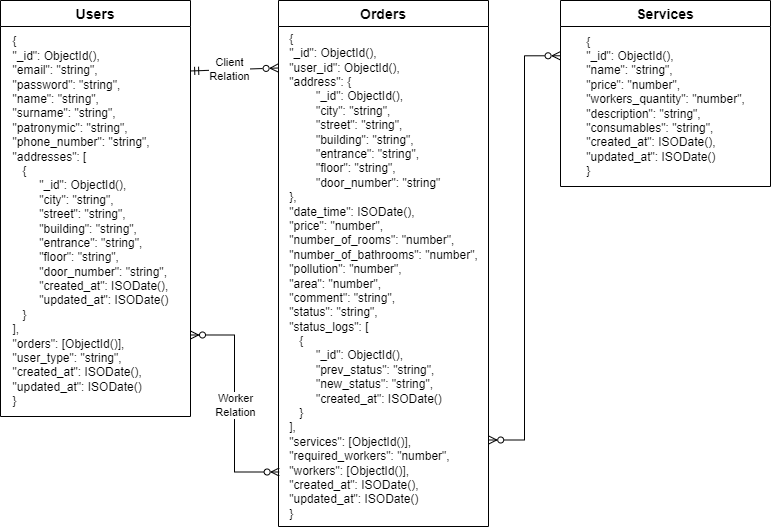
Above: assets/nosql.png in moevm/nosql2h24-cleaning (draw.io), before the change. Source tidied: cells renumbered, new cells last; positions are measured from the earlier drawing's top-left corner, leaving out a move shared by most shapes.
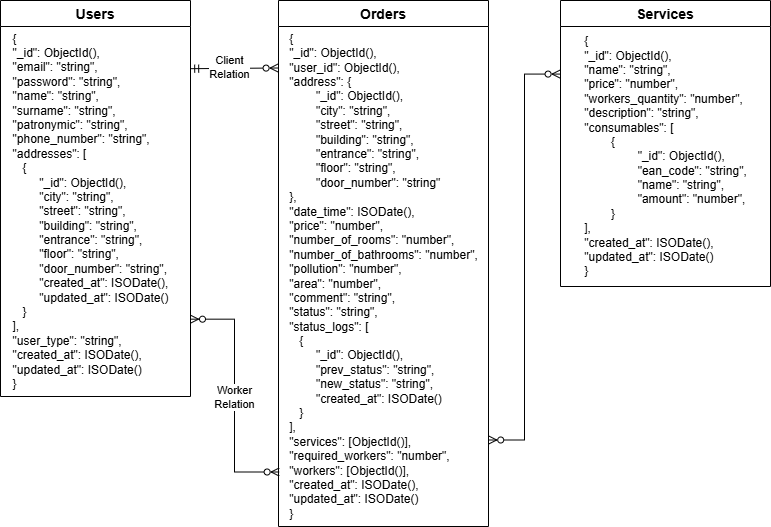
The same diagram one commit later.

Commit message:
feat: nosql scheme, service consumables

What changed in the source:
```diff
@@ -3,10 +3,10 @@
     <mxCell id="0" />
     <mxCell id="1" parent="0" />
     <mxCell id="2" value="Users" style="swimlane;fontStyle=1;horizontal=1;startSize=26;align=center;fontSize=14;" parent="1" vertex="1">
-      <mxGeometry width="190" height="416" as="geometry" />
+      <mxGeometry width="190" height="396" as="geometry" />
     </mxCell>
-    <mxCell id="3" value="&lt;div style=&quot;text-align: justify;&quot;&gt;&lt;span style=&quot;background-color: initial;&quot;&gt;{&lt;/span&gt;&lt;/div&gt;&lt;div style=&quot;text-align: justify;&quot;&gt;&lt;span style=&quot;background-color: initial;&quot;&gt;&quot;_id&quot;: ObjectId(),&lt;/span&gt;&lt;/div&gt;&lt;div style=&quot;text-align: justify;&quot;&gt;&lt;span style=&quot;background-color: initial;&quot;&gt;&quot;email&quot;: &quot;string&quot;,&lt;/span&gt;&lt;/div&gt;&lt;div style=&quot;text-align: justify;&quot;&gt;&lt;span style=&quot;background-color: initial;&quot;&gt;&quot;password&quot;: &quot;string&quot;,&lt;/span&gt;&lt;/div&gt;&lt;div style=&quot;text-align: justify;&quot;&gt;&lt;span style=&quot;background-color: initial;&quot;&gt;&quot;name&quot;: &quot;string&quot;,&lt;/span&gt;&lt;/div&gt;&lt;div style=&quot;text-align: justify;&quot;&gt;&lt;span style=&quot;background-color: initial;&quot;&gt;&quot;surname&quot;: &quot;string&quot;,&lt;/span&gt;&lt;/div&gt;&lt;div style=&quot;text-align: justify;&quot;&gt;&lt;span style=&quot;background-color: initial;&quot;&gt;&quot;&lt;/span&gt;&lt;span style=&quot;text-align: left; text-wrap: wrap; background-color: initial;&quot;&gt;patronymic&lt;/span&gt;&lt;span style=&quot;background-color: initial;&quot;&gt;&quot;: &quot;string&quot;,&lt;/span&gt;&lt;/div&gt;&lt;div style=&quot;text-align: justify;&quot;&gt;&lt;span style=&quot;background-color: initial;&quot;&gt;&quot;phone_number&quot;: &quot;string&quot;,&lt;/span&gt;&lt;/div&gt;&lt;div style=&quot;text-align: justify;&quot;&gt;&quot;addresses&quot;: [&lt;/div&gt;&lt;div style=&quot;text-align: justify;&quot;&gt;&amp;nbsp; &amp;nbsp;{&lt;/div&gt;&lt;div style=&quot;text-align: justify;&quot;&gt;&lt;span style=&quot;white-space: pre;&quot;&gt;&#9;&lt;/span&gt;&quot;_id&quot;: ObjectId(),&lt;br&gt;&lt;/div&gt;&lt;div style=&quot;text-align: justify;&quot;&gt;&lt;span style=&quot;white-space: pre;&quot;&gt;&#9;&lt;/span&gt;&quot;city&quot;: &quot;string&quot;,&lt;br&gt;&lt;/div&gt;&lt;div style=&quot;text-align: justify;&quot;&gt;&lt;span style=&quot;white-space: pre;&quot;&gt;&#9;&lt;/span&gt;&quot;street&quot;: &quot;string&quot;,&lt;br&gt;&lt;/div&gt;&lt;div style=&quot;text-align: justify;&quot;&gt;&lt;span style=&quot;white-space: pre;&quot;&gt;&#9;&lt;/span&gt;&quot;building&quot;: &quot;string&quot;,&lt;br&gt;&lt;/div&gt;&lt;div style=&quot;text-align: justify;&quot;&gt;&lt;span style=&quot;white-space: pre;&quot;&gt;&#9;&lt;/span&gt;&quot;entrance&quot;: &quot;string&quot;,&lt;br&gt;&lt;/div&gt;&lt;div style=&quot;text-align: justify;&quot;&gt;&lt;span style=&quot;white-space: pre;&quot;&gt;&#9;&lt;/span&gt;&quot;floor&quot;: &quot;string&quot;,&lt;br&gt;&lt;/div&gt;&lt;div style=&quot;text-align: justify;&quot;&gt;&lt;span style=&quot;white-space: pre;&quot;&gt;&#9;&lt;/span&gt;&quot;door_number&quot;: &quot;string&quot;,&lt;br&gt;&lt;/div&gt;&lt;div style=&quot;text-align: justify;&quot;&gt;&lt;span style=&quot;white-space: pre;&quot;&gt;&#9;&lt;/span&gt;&lt;span style=&quot;background-color: initial;&quot;&gt;&quot;created_at&quot;: ISODate(),&lt;/span&gt;&lt;/div&gt;&lt;div style=&quot;text-align: justify;&quot;&gt;&lt;span style=&quot;background-color: initial;&quot;&gt;&lt;span style=&quot;white-space: pre;&quot;&gt;&#9;&lt;/span&gt;&quot;updated_at&quot;: ISODate()&lt;/span&gt;&lt;span style=&quot;background-color: initial;&quot;&gt;&amp;nbsp; &amp;nbsp;&lt;/span&gt;&lt;/div&gt;&lt;div style=&quot;text-align: justify;&quot;&gt;&amp;nbsp; &amp;nbsp;}&lt;br&gt;&lt;/div&gt;&lt;div style=&quot;text-align: justify;&quot;&gt;],&lt;/div&gt;&lt;div style=&quot;text-align: justify;&quot;&gt;&quot;orders&quot;: [ObjectId()],&lt;/div&gt;&lt;div style=&quot;text-align: justify;&quot;&gt;&quot;user_type&quot;: &quot;string&quot;,&lt;/div&gt;&lt;div style=&quot;text-align: justify;&quot;&gt;&quot;created_at&quot;: ISODate(),&lt;/div&gt;&lt;div style=&quot;text-align: justify;&quot;&gt;&quot;updated_at&quot;: ISODate()&lt;/div&gt;&lt;div style=&quot;text-align: justify;&quot;&gt;}&lt;/div&gt;" style="text;html=1;align=center;verticalAlign=middle;points=[];strokeColor=none;fillColor=none;" parent="2" vertex="1">
-      <mxGeometry y="26" width="190" height="390" as="geometry" />
+    <mxCell id="3" value="&lt;div style=&quot;text-align: justify;&quot;&gt;&lt;span style=&quot;background-color: initial;&quot;&gt;{&lt;/span&gt;&lt;/div&gt;&lt;div style=&quot;text-align: justify;&quot;&gt;&lt;span style=&quot;background-color: initial;&quot;&gt;&quot;_id&quot;: ObjectId(),&lt;/span&gt;&lt;/div&gt;&lt;div style=&quot;text-align: justify;&quot;&gt;&lt;span style=&quot;background-color: initial;&quot;&gt;&quot;email&quot;: &quot;string&quot;,&lt;/span&gt;&lt;/div&gt;&lt;div style=&quot;text-align: justify;&quot;&gt;&lt;span style=&quot;background-color: initial;&quot;&gt;&quot;password&quot;: &quot;string&quot;,&lt;/span&gt;&lt;/div&gt;&lt;div style=&quot;text-align: justify;&quot;&gt;&lt;span style=&quot;background-color: initial;&quot;&gt;&quot;name&quot;: &quot;string&quot;,&lt;/span&gt;&lt;/div&gt;&lt;div style=&quot;text-align: justify;&quot;&gt;&lt;span style=&quot;background-color: initial;&quot;&gt;&quot;surname&quot;: &quot;string&quot;,&lt;/span&gt;&lt;/div&gt;&lt;div style=&quot;text-align: justify;&quot;&gt;&lt;span style=&quot;background-color: initial;&quot;&gt;&quot;&lt;/span&gt;&lt;span style=&quot;text-align: left; text-wrap: wrap; background-color: initial;&quot;&gt;patronymic&lt;/span&gt;&lt;span style=&quot;background-color: initial;&quot;&gt;&quot;: &quot;string&quot;,&lt;/span&gt;&lt;/div&gt;&lt;div style=&quot;text-align: justify;&quot;&gt;&lt;span style=&quot;background-color: initial;&quot;&gt;&quot;phone_number&quot;: &quot;string&quot;,&lt;/span&gt;&lt;/div&gt;&lt;div style=&quot;text-align: justify;&quot;&gt;&quot;addresses&quot;: [&lt;/div&gt;&lt;div style=&quot;text-align: justify;&quot;&gt;&amp;nbsp; &amp;nbsp;{&lt;/div&gt;&lt;div style=&quot;text-align: justify;&quot;&gt;&lt;span style=&quot;white-space: pre;&quot;&gt;&#9;&lt;/span&gt;&quot;_id&quot;: ObjectId(),&lt;br&gt;&lt;/div&gt;&lt;div style=&quot;text-align: justify;&quot;&gt;&lt;span style=&quot;white-space: pre;&quot;&gt;&#9;&lt;/span&gt;&quot;city&quot;: &quot;string&quot;,&lt;br&gt;&lt;/div&gt;&lt;div style=&quot;text-align: justify;&quot;&gt;&lt;span style=&quot;white-space: pre;&quot;&gt;&#9;&lt;/span&gt;&quot;street&quot;: &quot;string&quot;,&lt;br&gt;&lt;/div&gt;&lt;div style=&quot;text-align: justify;&quot;&gt;&lt;span style=&quot;white-space: pre;&quot;&gt;&#9;&lt;/span&gt;&quot;building&quot;: &quot;string&quot;,&lt;br&gt;&lt;/div&gt;&lt;div style=&quot;text-align: justify;&quot;&gt;&lt;span style=&quot;white-space: pre;&quot;&gt;&#9;&lt;/span&gt;&quot;entrance&quot;: &quot;string&quot;,&lt;br&gt;&lt;/div&gt;&lt;div style=&quot;text-align: justify;&quot;&gt;&lt;span style=&quot;white-space: pre;&quot;&gt;&#9;&lt;/span&gt;&quot;floor&quot;: &quot;string&quot;,&lt;br&gt;&lt;/div&gt;&lt;div style=&quot;text-align: justify;&quot;&gt;&lt;span style=&quot;white-space: pre;&quot;&gt;&#9;&lt;/span&gt;&quot;door_number&quot;: &quot;string&quot;,&lt;br&gt;&lt;/div&gt;&lt;div style=&quot;text-align: justify;&quot;&gt;&lt;span style=&quot;white-space: pre;&quot;&gt;&#9;&lt;/span&gt;&lt;span style=&quot;background-color: initial;&quot;&gt;&quot;created_at&quot;: ISODate(),&lt;/span&gt;&lt;/div&gt;&lt;div style=&quot;text-align: justify;&quot;&gt;&lt;span style=&quot;background-color: initial;&quot;&gt;&lt;span style=&quot;white-space: pre;&quot;&gt;&#9;&lt;/span&gt;&quot;updated_at&quot;: ISODate()&lt;/span&gt;&lt;span style=&quot;background-color: initial;&quot;&gt;&amp;nbsp; &amp;nbsp;&lt;/span&gt;&lt;/div&gt;&lt;div style=&quot;text-align: justify;&quot;&gt;&amp;nbsp; &amp;nbsp;}&lt;br&gt;&lt;/div&gt;&lt;div style=&quot;text-align: justify;&quot;&gt;],&lt;/div&gt;&lt;div style=&quot;text-align: justify;&quot;&gt;&quot;user_type&quot;: &quot;string&quot;,&lt;/div&gt;&lt;div style=&quot;text-align: justify;&quot;&gt;&quot;created_at&quot;: ISODate(),&lt;/div&gt;&lt;div style=&quot;text-align: justify;&quot;&gt;&quot;updated_at&quot;: ISODate()&lt;/div&gt;&lt;div style=&quot;text-align: justify;&quot;&gt;}&lt;/div&gt;" style="text;html=1;align=center;verticalAlign=middle;points=[];strokeColor=none;fillColor=none;" parent="2" vertex="1">
+      <mxGeometry y="26" width="190" height="370" as="geometry" />
     </mxCell>
     <mxCell id="4" value="Orders" style="swimlane;fontStyle=1;horizontal=1;startSize=26;align=center;fontSize=14;" parent="1" vertex="1">
       <mxGeometry x="278" width="210" height="526" as="geometry" />
@@ -21,10 +21,10 @@
       <mxGeometry x="-0.12" y="1" relative="1" as="geometry" />
     </mxCell>
     <mxCell id="8" value="Services" style="swimlane;fontStyle=1;horizontal=1;startSize=26;align=center;fontSize=14;" parent="1" vertex="1">
-      <mxGeometry x="560" width="210" height="186" as="geometry" />
+      <mxGeometry x="560" width="210" height="286" as="geometry" />
     </mxCell>
-    <mxCell id="9" value="&lt;div style=&quot;text-align: justify;&quot;&gt;&lt;span style=&quot;background-color: initial;&quot;&gt;{&lt;/span&gt;&lt;/div&gt;&lt;div style=&quot;text-align: justify;&quot;&gt;&lt;span style=&quot;background-color: initial;&quot;&gt;&quot;_id&quot;: ObjectId(),&lt;/span&gt;&lt;/div&gt;&lt;div style=&quot;text-align: justify;&quot;&gt;&quot;name&quot;: &quot;string&quot;,&lt;/div&gt;&lt;div style=&quot;text-align: justify;&quot;&gt;&quot;price&quot;: &quot;number&quot;,&lt;/div&gt;&lt;div style=&quot;text-align: justify;&quot;&gt;&quot;workers_quantity&quot;: &quot;number&quot;,&lt;/div&gt;&lt;div style=&quot;text-align: justify;&quot;&gt;&quot;description&quot;: &quot;string&quot;,&lt;/div&gt;&lt;div style=&quot;text-align: justify;&quot;&gt;&quot;&lt;span style=&quot;white-space: pre-wrap;&quot; class=&quot;EzKURWReUAB5oZgtQNkl&quot;&gt;consumables&lt;/span&gt;&quot;: &quot;string&quot;,&lt;/div&gt;&lt;div style=&quot;text-align: justify;&quot;&gt;&lt;span style=&quot;background-color: initial;&quot;&gt;&quot;created_at&quot;: ISODate(),&lt;/span&gt;&lt;/div&gt;&lt;div style=&quot;text-align: justify;&quot;&gt;&lt;span style=&quot;background-color: initial;&quot;&gt;&quot;updated_at&quot;: ISODate()&lt;/span&gt;&lt;/div&gt;&lt;div style=&quot;text-align: justify;&quot;&gt;&lt;span style=&quot;background-color: initial;&quot;&gt;}&lt;/span&gt;&lt;/div&gt;" style="text;html=1;align=center;verticalAlign=middle;points=[];strokeColor=none;fillColor=none;" parent="8" vertex="1">
-      <mxGeometry y="26" width="210" height="160" as="geometry" />
+    <mxCell id="9" value="&lt;div style=&quot;text-align: justify;&quot;&gt;&lt;span style=&quot;background-color: initial;&quot;&gt;{&lt;/span&gt;&lt;/div&gt;&lt;div style=&quot;text-align: justify;&quot;&gt;&lt;span style=&quot;background-color: initial;&quot;&gt;&quot;_id&quot;: ObjectId(),&lt;/span&gt;&lt;/div&gt;&lt;div style=&quot;text-align: justify;&quot;&gt;&quot;name&quot;: &quot;string&quot;,&lt;/div&gt;&lt;div style=&quot;text-align: justify;&quot;&gt;&quot;price&quot;: &quot;number&quot;,&lt;/div&gt;&lt;div style=&quot;text-align: justify;&quot;&gt;&quot;workers_quantity&quot;: &quot;number&quot;,&lt;/div&gt;&lt;div style=&quot;text-align: justify;&quot;&gt;&quot;description&quot;: &quot;string&quot;,&lt;/div&gt;&lt;div style=&quot;text-align: justify;&quot;&gt;&quot;&lt;span style=&quot;white-space: pre-wrap;&quot; class=&quot;EzKURWReUAB5oZgtQNkl&quot;&gt;consumables&lt;/span&gt;&quot;: [&lt;/div&gt;&lt;div style=&quot;text-align: justify;&quot;&gt;&lt;span style=&quot;white-space: pre;&quot;&gt;&#9;&lt;/span&gt;{&lt;/div&gt;&lt;div style=&quot;text-align: justify;&quot;&gt;&lt;span style=&quot;white-space: pre;&quot;&gt;&#9;&lt;/span&gt;&lt;span style=&quot;white-space: pre;&quot;&gt;&#9;&lt;/span&gt;&quot;_id&quot;: ObjectId(),&lt;br&gt;&lt;/div&gt;&lt;div style=&quot;text-align: justify;&quot;&gt;&lt;span style=&quot;white-space: pre;&quot;&gt;&#9;&lt;/span&gt;&lt;span style=&quot;white-space: pre;&quot;&gt;&#9;&lt;/span&gt;&quot;ean_code&quot;: &quot;string&quot;,&lt;br&gt;&lt;/div&gt;&lt;div style=&quot;text-align: justify;&quot;&gt;&lt;span style=&quot;white-space: pre;&quot;&gt;&#9;&lt;/span&gt;&lt;span style=&quot;white-space: pre;&quot;&gt;&#9;&lt;/span&gt;&quot;name&quot;: &quot;string&quot;,&lt;br&gt;&lt;/div&gt;&lt;div style=&quot;text-align: justify;&quot;&gt;&lt;span style=&quot;white-space: pre;&quot;&gt;&#9;&lt;/span&gt;&lt;span style=&quot;white-space: pre;&quot;&gt;&#9;&lt;/span&gt;&quot;amount&quot;: &quot;number&quot;,&lt;br&gt;&lt;/div&gt;&lt;div style=&quot;text-align: justify;&quot;&gt;&lt;span style=&quot;white-space: pre;&quot;&gt;&#9;&lt;/span&gt;}&lt;/div&gt;&lt;div style=&quot;text-align: justify;&quot;&gt;],&lt;/div&gt;&lt;div style=&quot;text-align: justify;&quot;&gt;&lt;span style=&quot;background-color: initial;&quot;&gt;&quot;created_at&quot;: ISODate(),&lt;/span&gt;&lt;/div&gt;&lt;div style=&quot;text-align: justify;&quot;&gt;&lt;span style=&quot;background-color: initial;&quot;&gt;&quot;updated_at&quot;: ISODate()&lt;/span&gt;&lt;/div&gt;&lt;div style=&quot;text-align: justify;&quot;&gt;&lt;span style=&quot;background-color: initial;&quot;&gt;}&lt;/span&gt;&lt;/div&gt;" style="text;html=1;align=center;verticalAlign=middle;points=[];strokeColor=none;fillColor=none;" parent="8" vertex="1">
+      <mxGeometry y="26" width="210" height="260" as="geometry" />
     </mxCell>
     <mxCell id="10" style="rounded=0;jettySize=auto;html=1;entryX=1.001;entryY=0.827;entryDx=0;entryDy=0;entryPerimeter=0;endArrow=ERzeroToMany;endFill=0;startArrow=ERzeroToMany;startFill=0;exitX=-0.002;exitY=0.183;exitDx=0;exitDy=0;exitPerimeter=0;edgeStyle=orthogonalEdgeStyle;" parent="1" edge="1" source="9" target="5">
       <mxGeometry relative="1" as="geometry" />
```
